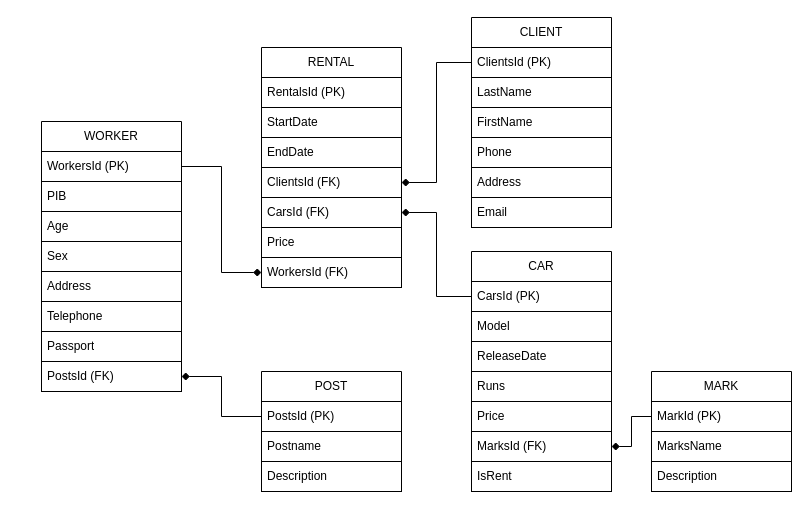
The draw.io diagram physical.drawio in Erw1n-git/drawio_flowcharts, before the edit. Source tidied: cells renumbered, new cells numbered last; positions are measured from the earlier drawing's top-left corner, leaving out a move shared by most shapes. Both pictures are drawn from the tidied source at 100%, with x=0, y=0 at pixel (41, 17).
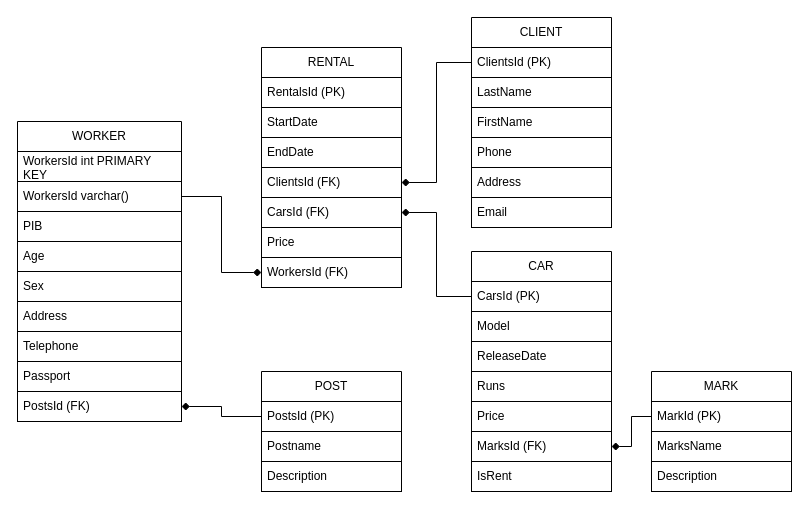
The same diagram, later.

What changed in the source:
```diff
@@
     <mxCell id="2" value="&lt;div&gt;WORKER&lt;/div&gt;" style="swimlane;fontStyle=0;horizontal=1;startSize=30;whiteSpace=wrap;html=1;" parent="1" vertex="1">
-      <mxGeometry y="104" width="140" height="270" as="geometry" />
+      <mxGeometry x="-24" y="104" width="164" height="300" as="geometry" />
     </mxCell>
+    <mxCell id="47" value="&lt;div&gt;WorkersId int PRIMARY KEY&lt;br&gt;&lt;/div&gt;" style="text;strokeColor=default;fillColor=none;align=left;verticalAlign=middle;spacingLeft=4;spacingRight=4;overflow=hidden;whiteSpace=wrap;html=1;" parent="2" vertex="1">
+      <mxGeometry y="30" width="164" height="30" as="geometry" />
+    </mxCell>
-    <mxCell id="3" value="&lt;div&gt;WorkersId (PK)&lt;br&gt;&lt;/div&gt;" style="text;strokeColor=default;fillColor=none;align=left;verticalAlign=middle;spacingLeft=4;spacingRight=4;overflow=hidden;points=[[0,0.5],[1,0.5]];portConstraint=eastwest;whiteSpace=wrap;html=1;" parent="2" vertex="1">
-      <mxGeometry y="30" width="140" height="30" as="geometry" />
+    <mxCell id="3" value="&lt;div&gt;WorkersId varchar()&lt;br&gt;&lt;/div&gt;" style="text;strokeColor=default;fillColor=none;align=left;verticalAlign=middle;spacingLeft=4;spacingRight=4;overflow=hidden;points=[[0,0.5],[1,0.5]];portConstraint=eastwest;whiteSpace=wrap;html=1;" parent="2" vertex="1">
+      <mxGeometry y="60" width="164" height="30" as="geometry" />
     </mxCell>
     <mxCell id="4" value="PIB" style="text;strokeColor=default;fillColor=none;align=left;verticalAlign=middle;spacingLeft=4;spacingRight=4;overflow=hidden;whiteSpace=wrap;html=1;" parent="2" vertex="1">
-      <mxGeometry y="60" width="140" height="30" as="geometry" />
+      <mxGeometry y="90" width="164" height="30" as="geometry" />
     </mxCell>
     <mxCell id="5" value="&lt;div&gt;Age&lt;/div&gt;" style="text;strokeColor=default;fillColor=none;align=left;verticalAlign=middle;spacingLeft=4;spacingRight=4;overflow=hidden;whiteSpace=wrap;html=1;" parent="2" vertex="1">
-      <mxGeometry y="90" width="140" height="30" as="geometry" />
+      <mxGeometry y="120" width="164" height="30" as="geometry" />
     </mxCell>
     <mxCell id="6" value="Sex" style="text;strokeColor=default;fillColor=none;align=left;verticalAlign=middle;spacingLeft=4;spacingRight=4;overflow=hidden;whiteSpace=wrap;html=1;" parent="2" vertex="1">
-      <mxGeometry y="120" width="140" height="30" as="geometry" />
+      <mxGeometry y="150" width="164" height="30" as="geometry" />
     </mxCell>
     <mxCell id="7" value="&lt;div&gt;Address&lt;/div&gt;" style="text;strokeColor=default;fillColor=none;align=left;verticalAlign=middle;spacingLeft=4;spacingRight=4;overflow=hidden;whiteSpace=wrap;html=1;" parent="2" vertex="1">
-      <mxGeometry y="150" width="140" height="30" as="geometry" />
+      <mxGeometry y="180" width="164" height="30" as="geometry" />
     </mxCell>
     <mxCell id="8" value="Telephone" style="text;strokeColor=default;fillColor=none;align=left;verticalAlign=middle;spacingLeft=4;spacingRight=4;overflow=hidden;whiteSpace=wrap;html=1;" parent="2" vertex="1">
-      <mxGeometry y="180" width="140" height="30" as="geometry" />
+      <mxGeometry y="210" width="164" height="30" as="geometry" />
     </mxCell>
     <mxCell id="9" value="Passport" style="text;strokeColor=default;fillColor=none;align=left;verticalAlign=middle;spacingLeft=4;spacingRight=4;overflow=hidden;whiteSpace=wrap;html=1;" parent="2" vertex="1">
-      <mxGeometry y="210" width="140" height="30" as="geometry" />
+      <mxGeometry y="240" width="164" height="30" as="geometry" />
     </mxCell>
     <mxCell id="10" value="PostsId (FK)" style="text;strokeColor=default;fillColor=none;align=left;verticalAlign=middle;spacingLeft=4;spacingRight=4;overflow=hidden;points=[[0,0.5],[1,0.5]];portConstraint=eastwest;whiteSpace=wrap;html=1;" parent="2" vertex="1">
-      <mxGeometry y="240" width="140" height="30" as="geometry" />
+      <mxGeometry y="270" width="164" height="30" as="geometry" />
     </mxCell>
```
